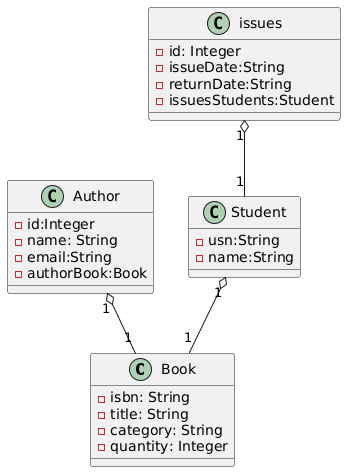
This is src/main/resources/uml/uml.png from franciscofarrando/homework-java-ironlibrary, a PlantUML export, as it was before one commit.
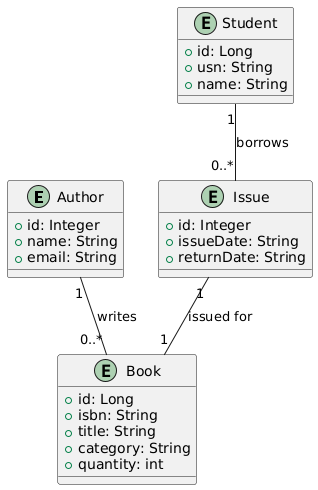
The same diagram one commit later.

Change to the diagram source:
```diff
@@ -1,29 +1,31 @@
 @startuml
-class Book{
-- isbn: String
-- title: String
-- category: String
-- quantity: Integer
-}
-class Author{
-- id:Integer
--name: String
--email:String
--authorBook:Book
-
-}
-class issues{
--id: Integer
--issueDate:String
--returnDate:String
--issuesStudents:Student
+entity Author {
+  +id: Integer
+  +name: String
+  +email: String
 }
 
-class Student{
--usn:String
--name:String
+entity Book {
+  +id: Long
+  +isbn: String
+  +title: String
+  +category: String
+  +quantity: int
 }
-issues "1" o--"1" Student
-Author "1" o--"1" Book
-Student "1" o--"1" Book
+
+entity Student {
+  +id: Long
+  +usn: String
+  +name: String
+}
+
+entity Issue {
+  +id: Integer
+  +issueDate: String
+  +returnDate: String
+}
+
+Author "1" -- "0..*" Book : writes
+Student "1" -- "0..*" Issue : borrows
+Issue "1" -- "1" Book : issued for
 @enduml
```
